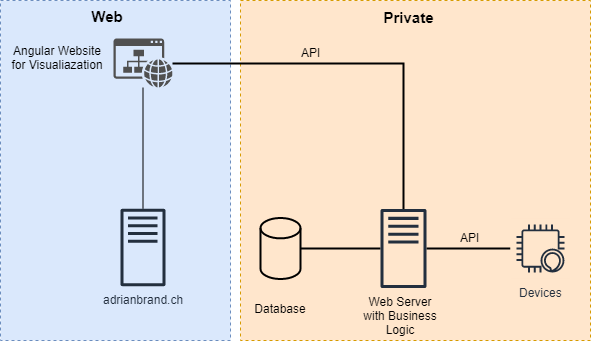
brandadrian/factory keeps this draw.io diagram as factory_angular_ui/src/assets/img/environment.png. Above is the earlier version. Source tidied: cells renumbered, new cells last; positions are measured from the earlier drawing's top-left corner, leaving out a move shared by most shapes.
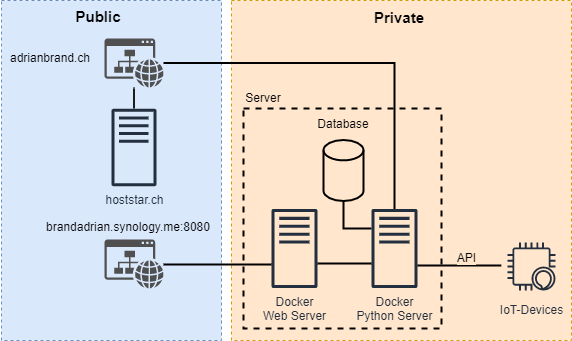
After the change.

Change to the diagram source:
```diff
@@ -3,67 +3,97 @@
     <mxCell id="0" />
     <mxCell id="1" parent="0" />
     <mxCell id="2" style="rounded=0;whiteSpace=wrap;html=1;dashed=1;fillColor=#ffe6cc;strokeColor=#d79b00;" parent="1" vertex="1">
-      <mxGeometry x="240" width="350" height="340" as="geometry" />
+      <mxGeometry x="240" width="340" height="340" as="geometry" />
     </mxCell>
     <mxCell id="3" value="&lt;b style=&quot;font-size: 15px;&quot;&gt;Private&lt;/b&gt;" style="text;html=1;strokeColor=none;fillColor=none;align=center;verticalAlign=middle;whiteSpace=wrap;rounded=0;dashed=1;fontSize=15;" parent="1" vertex="1">
       <mxGeometry x="388" y="7" width="40" height="20" as="geometry" />
     </mxCell>
     <mxCell id="4" style="rounded=0;whiteSpace=wrap;html=1;dashed=1;fillColor=#dae8fc;strokeColor=#6c8ebf;" parent="1" vertex="1">
-      <mxGeometry width="230" height="340" as="geometry" />
+      <mxGeometry x="10" width="220" height="340" as="geometry" />
     </mxCell>
     <mxCell id="5" style="edgeStyle=orthogonalEdgeStyle;rounded=0;jettySize=auto;html=1;endArrow=none;endFill=0;strokeWidth=2;" parent="1" edge="1" source="13" target="12">
       <mxGeometry relative="1" as="geometry" />
     </mxCell>
-    <mxCell id="6" value="API" style="text;html=1;align=center;verticalAlign=middle;labelBackgroundColor=#FFE6CC;" parent="5" vertex="1">
-      <mxGeometry x="-0.1" y="1" relative="1" as="geometry">
-        <mxPoint x="-32" y="-11" as="offset" />
-      </mxGeometry>
-    </mxCell>
     <mxCell id="7" style="edgeStyle=orthogonalEdgeStyle;rounded=0;jettySize=auto;html=1;endArrow=none;endFill=0;" parent="1" edge="1" source="8" target="13">
       <mxGeometry relative="1" as="geometry" />
     </mxCell>
-    <mxCell id="8" value="adrianbrand.ch&lt;br&gt;" style="outlineConnect=0;fontColor=#232F3E;gradientColor=none;fillColor=#232F3E;strokeColor=none;dashed=0;verticalLabelPosition=bottom;verticalAlign=top;align=center;html=1;fontSize=12;fontStyle=0;shape=mxgraph.aws4.traditional_server;" parent="1" vertex="1">
-      <mxGeometry x="120" y="208" width="45" height="78" as="geometry" />
+    <mxCell id="8" value="hoststar.ch" style="outlineConnect=0;fontColor=#232F3E;gradientColor=none;fillColor=#232F3E;strokeColor=none;dashed=0;verticalLabelPosition=bottom;verticalAlign=top;align=center;html=1;fontSize=12;fontStyle=0;shape=mxgraph.aws4.traditional_server;" parent="1" vertex="1">
+      <mxGeometry x="120" y="108" width="45" height="78" as="geometry" />
     </mxCell>
     <mxCell id="9" style="edgeStyle=orthogonalEdgeStyle;rounded=0;jettySize=auto;html=1;endArrow=none;endFill=0;strokeWidth=2;" parent="1" edge="1" source="10" target="12">
-      <mxGeometry relative="1" as="geometry" />
+      <mxGeometry relative="1" as="geometry">
+        <Array as="points">
+          <mxPoint x="352" y="228" />
+        </Array>
+      </mxGeometry>
     </mxCell>
     <mxCell id="10" style="strokeWidth=2;html=1;shape=mxgraph.flowchart.database;whiteSpace=wrap;fillColor=#FFE6CC;" parent="1" vertex="1">
-      <mxGeometry x="260" y="217.5" width="40" height="61" as="geometry" />
+      <mxGeometry x="332" y="139.5" width="40" height="61" as="geometry" />
     </mxCell>
-    <mxCell id="11" style="edgeStyle=orthogonalEdgeStyle;rounded=0;jettySize=auto;html=1;endArrow=none;endFill=0;strokeWidth=2;" parent="1" edge="1" source="12" target="18">
+    <mxCell id="11" style="edgeStyle=orthogonalEdgeStyle;rounded=0;orthogonalLoop=1;jettySize=auto;html=1;endArrow=none;endFill=0;strokeWidth=2;" parent="1" edge="1">
       <mxGeometry relative="1" as="geometry">
+        <mxPoint x="426" y="265" as="sourcePoint" />
+        <mxPoint x="510" y="265" as="targetPoint" />
         <Array as="points">
-          <mxPoint x="470" y="248" />
-          <mxPoint x="470" y="248" />
+          <mxPoint x="470" y="265" />
+          <mxPoint x="470" y="265" />
         </Array>
       </mxGeometry>
     </mxCell>
-    <mxCell id="12" style="outlineConnect=0;fontColor=#232F3E;gradientColor=none;fillColor=#232F3E;strokeColor=none;dashed=0;verticalLabelPosition=bottom;verticalAlign=top;align=center;html=1;fontSize=12;fontStyle=0;shape=mxgraph.aws4.traditional_server;" parent="1" vertex="1">
+    <mxCell id="12" value="Docker&lt;br&gt;Python Server" style="outlineConnect=0;fontColor=#232F3E;gradientColor=none;fillColor=#232F3E;strokeColor=none;dashed=0;verticalLabelPosition=bottom;verticalAlign=top;align=center;html=1;fontSize=12;fontStyle=0;shape=mxgraph.aws4.traditional_server;" parent="1" vertex="1">
       <mxGeometry x="380" y="208" width="46" height="80" as="geometry" />
     </mxCell>
     <mxCell id="13" style="shadow=0;dashed=0;html=1;strokeColor=none;fillColor=#505050;labelPosition=center;verticalLabelPosition=bottom;verticalAlign=top;outlineConnect=0;align=center;shape=mxgraph.office.concepts.website;" parent="1" vertex="1">
       <mxGeometry x="113" y="38" width="59" height="49" as="geometry" />
     </mxCell>
-    <mxCell id="14" value="Angular Website&lt;br&gt;for Visualiazation" style="text;html=1;strokeColor=none;fillColor=none;align=center;verticalAlign=middle;whiteSpace=wrap;rounded=0;" parent="1" vertex="1">
-      <mxGeometry x="7" y="47" width="100" height="20" as="geometry" />
+    <mxCell id="14" value="adrianbrand.ch" style="text;html=1;strokeColor=none;fillColor=none;align=center;verticalAlign=middle;whiteSpace=wrap;rounded=0;" parent="1" vertex="1">
+      <mxGeometry x="9" y="47" width="100" height="20" as="geometry" />
     </mxCell>
-    <mxCell id="15" value="&lt;b style=&quot;font-size: 15px;&quot;&gt;Web&lt;/b&gt;" style="text;html=1;strokeColor=none;fillColor=none;align=center;verticalAlign=middle;whiteSpace=wrap;rounded=0;dashed=1;fontSize=15;" parent="1" vertex="1">
+    <mxCell id="15" value="&lt;b style=&quot;font-size: 15px&quot;&gt;Public&lt;/b&gt;" style="text;html=1;strokeColor=none;fillColor=none;align=center;verticalAlign=middle;whiteSpace=wrap;rounded=0;dashed=1;fontSize=15;" parent="1" vertex="1">
       <mxGeometry x="87" y="6" width="40" height="20" as="geometry" />
     </mxCell>
     <mxCell id="16" value="Database" style="text;html=1;strokeColor=none;fillColor=none;align=center;verticalAlign=middle;whiteSpace=wrap;rounded=0;dashed=1;" parent="1" vertex="1">
-      <mxGeometry x="260" y="298" width="40" height="20" as="geometry" />
+      <mxGeometry x="332" y="113" width="40" height="20" as="geometry" />
     </mxCell>
-    <mxCell id="17" value="Web Server&lt;br&gt;with Business Logic" style="text;html=1;strokeColor=none;fillColor=none;align=center;verticalAlign=middle;whiteSpace=wrap;rounded=0;dashed=1;" parent="1" vertex="1">
-      <mxGeometry x="350" y="305" width="100" height="20" as="geometry" />
-    </mxCell>
-    <mxCell id="18" value="Devices" style="outlineConnect=0;fontColor=#232F3E;gradientColor=none;strokeColor=#232F3E;fillColor=#FFE6CC;dashed=0;verticalLabelPosition=bottom;verticalAlign=top;align=center;html=1;fontSize=12;fontStyle=0;shape=mxgraph.aws4.resourceIcon;resIcon=mxgraph.aws4.alexa_enabled_device;" parent="1" vertex="1">
-      <mxGeometry x="510" y="218" width="60" height="60" as="geometry" />
+    <mxCell id="18" value="IoT-Devices" style="outlineConnect=0;fontColor=#232F3E;gradientColor=none;strokeColor=#232F3E;fillColor=#FFE6CC;dashed=0;verticalLabelPosition=bottom;verticalAlign=top;align=center;html=1;fontSize=12;fontStyle=0;shape=mxgraph.aws4.resourceIcon;resIcon=mxgraph.aws4.alexa_enabled_device;" parent="1" vertex="1">
+      <mxGeometry x="510" y="236" width="60" height="60" as="geometry" />
     </mxCell>
     <mxCell id="19" value="API" style="text;html=1;align=center;verticalAlign=middle;labelBackgroundColor=#FFE6CC;" parent="1" vertex="1">
-      <mxGeometry x="501" y="247" as="geometry">
-        <mxPoint x="-32" y="-11" as="offset" />
+      <mxGeometry x="506" y="220" as="geometry">
+        <mxPoint x="-32" y="36" as="offset" />
       </mxGeometry>
     </mxCell>
+    <mxCell id="20" style="shadow=0;dashed=0;html=1;strokeColor=none;fillColor=#505050;labelPosition=center;verticalLabelPosition=bottom;verticalAlign=top;outlineConnect=0;align=center;shape=mxgraph.office.concepts.website;" parent="1" vertex="1">
+      <mxGeometry x="113" y="239" width="59" height="49" as="geometry" />
+    </mxCell>
+    <mxCell id="21" value="&lt;span&gt;brandadrian.synology.me:8080&lt;/span&gt;" style="text;html=1;strokeColor=none;fillColor=none;align=center;verticalAlign=middle;whiteSpace=wrap;rounded=0;" parent="1" vertex="1">
+      <mxGeometry x="87" y="216" width="100" height="20" as="geometry" />
+    </mxCell>
+    <mxCell id="22" value="Docker&lt;br&gt;Web Server" style="fontColor=#232F3E;gradientColor=none;fillColor=#232F3E;strokeColor=none;dashed=0;verticalLabelPosition=bottom;verticalAlign=top;align=center;html=1;fontSize=12;fontStyle=0;shape=mxgraph.aws4.traditional_server;" parent="1" vertex="1">
+      <mxGeometry x="280" y="208" width="46" height="80" as="geometry" />
+    </mxCell>
+    <mxCell id="23" style="edgeStyle=orthogonalEdgeStyle;rounded=0;jettySize=auto;html=1;endArrow=none;endFill=0;strokeWidth=2;" parent="1" edge="1" source="20">
+      <mxGeometry relative="1" as="geometry">
+        <mxPoint x="280" y="264" as="targetPoint" />
+        <Array as="points">
+          <mxPoint x="226" y="264" />
+        </Array>
+      </mxGeometry>
+    </mxCell>
+    <mxCell id="24" style="edgeStyle=orthogonalEdgeStyle;rounded=0;orthogonalLoop=1;jettySize=auto;html=1;endArrow=none;endFill=0;strokeWidth=2;" parent="1" edge="1">
+      <mxGeometry relative="1" as="geometry">
+        <mxPoint x="326" y="263" as="sourcePoint" />
+        <mxPoint x="380" y="263" as="targetPoint" />
+        <Array as="points">
+          <mxPoint x="380" y="263" />
+        </Array>
+      </mxGeometry>
+    </mxCell>
+    <mxCell id="25" style="rounded=0;whiteSpace=wrap;html=1;fillColor=none;strokeWidth=2;dashed=1;" parent="1" vertex="1">
+      <mxGeometry x="252" y="108" width="198" height="220" as="geometry" />
+    </mxCell>
+    <mxCell id="26" value="Server" style="text;html=1;strokeColor=none;fillColor=none;align=center;verticalAlign=middle;whiteSpace=wrap;rounded=0;dashed=1;" parent="1" vertex="1">
+      <mxGeometry x="252" y="87" width="40" height="20" as="geometry" />
+    </mxCell>
   </root>
 </mxGraphModel>
```
